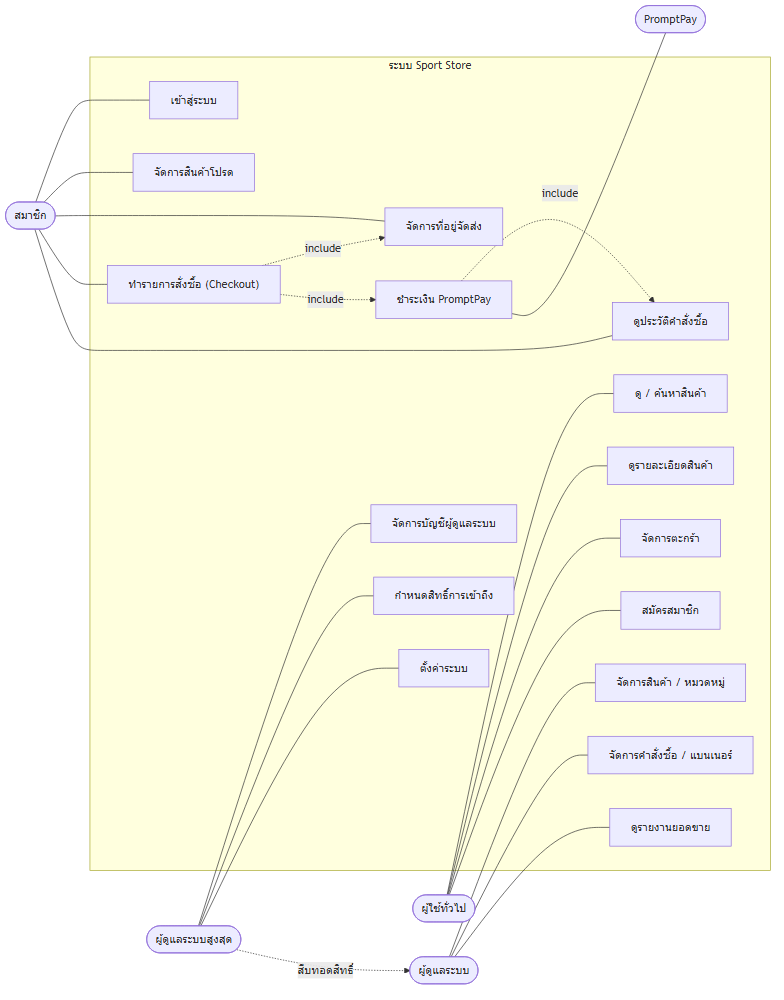
This is docs/diagrams/01-use-case.png from flukerzanmk5547/Project-204, a Mermaid export, as it was before one commit. Its source is kept beside it as docs/diagrams/01-use-case.mmd. The source it was exported from:
```mermaid
flowchart LR
    Guest(["ผู้ใช้ทั่วไป"])
    Member(["สมาชิก"])
    Admin(["ผู้ดูแลระบบ"])
    SAdmin(["ผู้ดูแลระบบสูงสุด"])
    PP(["PromptPay"])

    subgraph SYS["ระบบ Sport Store"]
        UC1["ดู / ค้นหาสินค้า"]
        UC2["ดูรายละเอียดสินค้า"]
        UC3["จัดการตะกร้า"]
        UC4["สมัครสมาชิก"]
        UC5["เข้าสู่ระบบ"]
        UC6["จัดการสินค้าโปรด"]
        UC7["จัดการที่อยู่จัดส่ง"]
        UC8["ทำรายการสั่งซื้อ (Checkout)"]
        UC9["ชำระเงิน PromptPay"]
        UC10["ดูประวัติคำสั่งซื้อ"]
        UC11["จัดการสินค้า / หมวดหมู่"]
        UC12["จัดการคำสั่งซื้อ / แบนเนอร์"]
        UC13["ดูรายงานยอดขาย"]
        UC14["จัดการบัญชีผู้ดูแลระบบ"]
        UC15["กำหนดสิทธิ์การเข้าถึง"]
        UC16["ตั้งค่าระบบ"]
    end

    Guest --- UC1
    Guest --- UC2
    Guest --- UC3
    Guest --- UC4
    Member --- UC5
    Member --- UC6
    Member --- UC7
    Member --- UC8
    Member --- UC10
    UC8 -. include .-> UC7
    UC8 -. include .-> UC9
    UC9 -. include .-> UC10
    UC9 --- PP
    Admin --- UC11
    Admin --- UC12
    Admin --- UC13
    SAdmin --- UC14
    SAdmin --- UC15
    SAdmin --- UC16
    SAdmin -. สืบทอดสิทธิ์ .-> Admin
```
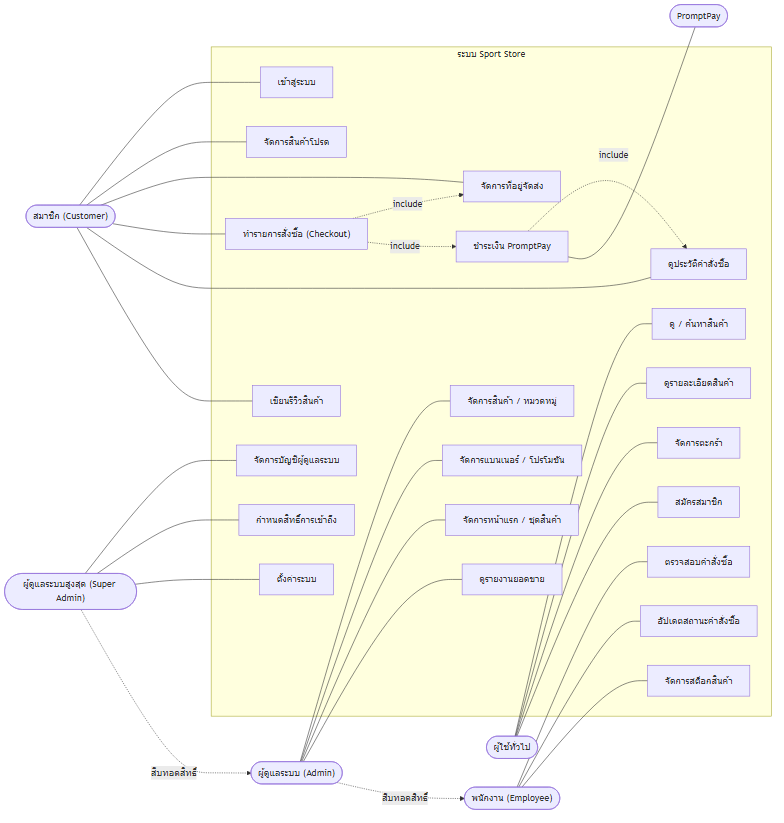
Above is the later version.

Diff of the diagram source:
```diff
@@ -1,8 +1,9 @@
 flowchart LR
     Guest(["ผู้ใช้ทั่วไป"])
-    Member(["สมาชิก"])
-    Admin(["ผู้ดูแลระบบ"])
-    SAdmin(["ผู้ดูแลระบบสูงสุด"])
+    Member(["สมาชิก (Customer)"])
+    Emp(["พนักงาน (Employee)"])
+    Admin(["ผู้ดูแลระบบ (Admin)"])
+    SAdmin(["ผู้ดูแลระบบสูงสุด (Super Admin)"])
     PP(["PromptPay"])
 
     subgraph SYS["ระบบ Sport Store"]
@@ -16,12 +17,17 @@
         UC8["ทำรายการสั่งซื้อ (Checkout)"]
         UC9["ชำระเงิน PromptPay"]
         UC10["ดูประวัติคำสั่งซื้อ"]
-        UC11["จัดการสินค้า / หมวดหมู่"]
-        UC12["จัดการคำสั่งซื้อ / แบนเนอร์"]
-        UC13["ดูรายงานยอดขาย"]
-        UC14["จัดการบัญชีผู้ดูแลระบบ"]
-        UC15["กำหนดสิทธิ์การเข้าถึง"]
-        UC16["ตั้งค่าระบบ"]
+        UC11["เขียนรีวิวสินค้า"]
+        UC12["ตรวจสอบคำสั่งซื้อ"]
+        UC13["อัปเดตสถานะคำสั่งซื้อ"]
+        UC14["จัดการสต็อกสินค้า"]
+        UC15["จัดการสินค้า / หมวดหมู่"]
+        UC16["จัดการแบนเนอร์ / โปรโมชัน"]
+        UC17["จัดการหน้าแรก / ชุดสินค้า"]
+        UC18["ดูรายงานยอดขาย"]
+        UC19["จัดการบัญชีผู้ดูแลระบบ"]
+        UC20["กำหนดสิทธิ์การเข้าถึง"]
+        UC21["ตั้งค่าระบบ"]
     end
 
     Guest --- UC1
@@ -33,14 +39,22 @@
     Member --- UC7
     Member --- UC8
     Member --- UC10
+    Member --- UC11
     UC8 -. include .-> UC7
     UC8 -. include .-> UC9
     UC9 -. include .-> UC10
     UC9 --- PP
-    Admin --- UC11
-    Admin --- UC12
-    Admin --- UC13
-    SAdmin --- UC14
-    SAdmin --- UC15
-    SAdmin --- UC16
+
+    Emp --- UC12
+    Emp --- UC13
+    Emp --- UC14
+    Admin --- UC15
+    Admin --- UC16
+    Admin --- UC17
+    Admin --- UC18
+    SAdmin --- UC19
+    SAdmin --- UC20
+    SAdmin --- UC21
+
+    Admin -. สืบทอดสิทธิ์ .-> Emp
     SAdmin -. สืบทอดสิทธิ์ .-> Admin
```
